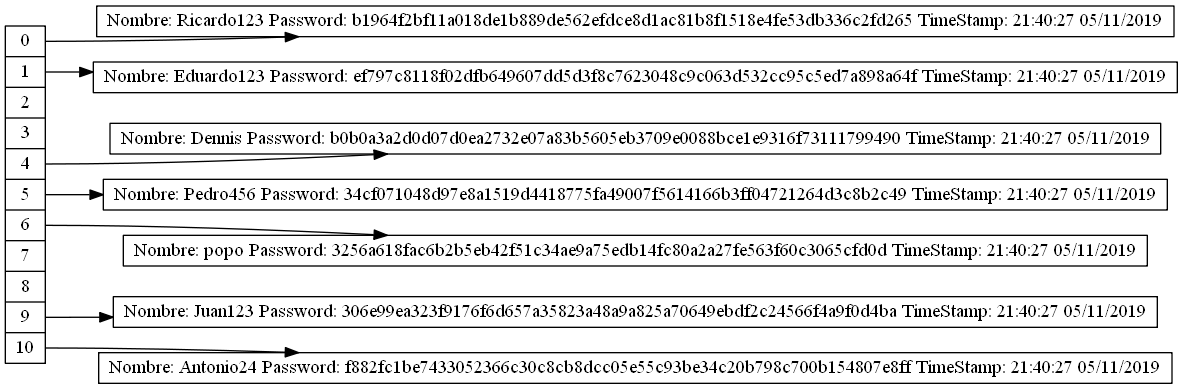
Eduardo01004/EDD_2S2019_PY2_201612124 keeps this Graphviz diagram as Proyecto2/HashTable.png. Above is the earlier version. Its source is kept beside it as Proyecto2/HashTable.dot.
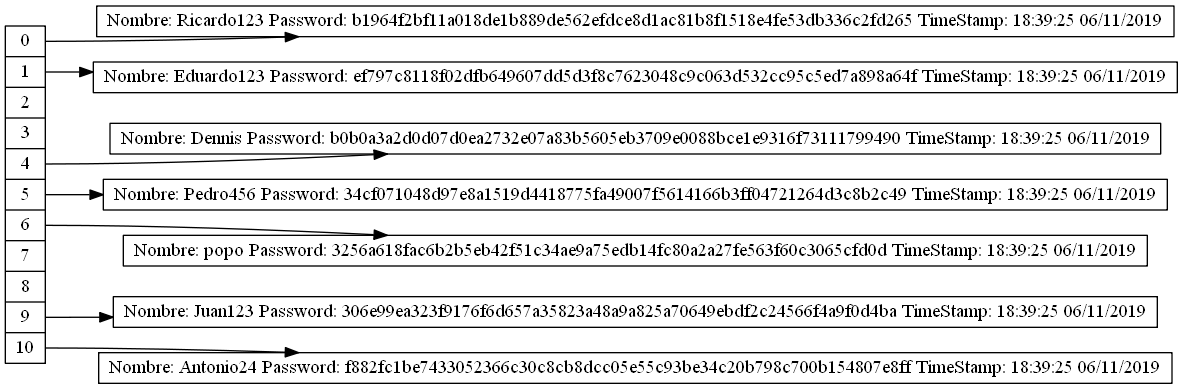
Later version of the same file.

What changed in the source:
```diff
@@ -12,18 +12,18 @@
 <f8> 8 |
 <f9> 9 |
 <f10> 10"];
-nodoRicardo123 [label= "Nombre: Ricardo123 Password: b1964f2bf11a018de1b889de562efdce8d1ac81b8f1518e4fe53db336c2fd265 TimeStamp: 21:40:27 05/11/2019"];
+nodoRicardo123 [label= "Nombre: Ricardo123 Password: b1964f2bf11a018de1b889de562efdce8d1ac81b8f1518e4fe53db336c2fd265 TimeStamp: 18:39:25 06/11/2019"];
 "nodeTable":f0 -> nodoRicardo123
-nodoEduardo123 [label= "Nombre: Eduardo123 Password: ef797c8118f02dfb649607dd5d3f8c7623048c9c063d532cc95c5ed7a898a64f TimeStamp: 21:40:27 05/11/2019"];
+nodoEduardo123 [label= "Nombre: Eduardo123 Password: ef797c8118f02dfb649607dd5d3f8c7623048c9c063d532cc95c5ed7a898a64f TimeStamp: 18:39:25 06/11/2019"];
 "nodeTable":f1 -> nodoEduardo123
-nodoDennis [label= "Nombre: Dennis Password: b0b0a3a2d0d07d0ea2732e07a83b5605eb3709e0088bce1e9316f73111799490 TimeStamp: 21:40:27 05/11/2019"];
+nodoDennis [label= "Nombre: Dennis Password: b0b0a3a2d0d07d0ea2732e07a83b5605eb3709e0088bce1e9316f73111799490 TimeStamp: 18:39:25 06/11/2019"];
 "nodeTable":f4 -> nodoDennis
-nodoPedro456 [label= "Nombre: Pedro456 Password: 34cf071048d97e8a1519d4418775fa49007f5614166b3ff04721264d3c8b2c49 TimeStamp: 21:40:27 05/11/2019"];
+nodoPedro456 [label= "Nombre: Pedro456 Password: 34cf071048d97e8a1519d4418775fa49007f5614166b3ff04721264d3c8b2c49 TimeStamp: 18:39:25 06/11/2019"];
 "nodeTable":f5 -> nodoPedro456
-nodopopo [label= "Nombre: popo Password: 3256a618fac6b2b5eb42f51c34ae9a75edb14fc80a2a27fe563f60c3065cfd0d TimeStamp: 21:40:27 05/11/2019"];
+nodopopo [label= "Nombre: popo Password: 3256a618fac6b2b5eb42f51c34ae9a75edb14fc80a2a27fe563f60c3065cfd0d TimeStamp: 18:39:25 06/11/2019"];
 "nodeTable":f6 -> nodopopo
-nodoJuan123 [label= "Nombre: Juan123 Password: 306e99ea323f9176f6d657a35823a48a9a825a70649ebdf2c24566f4a9f0d4ba TimeStamp: 21:40:27 05/11/2019"];
+nodoJuan123 [label= "Nombre: Juan123 Password: 306e99ea323f9176f6d657a35823a48a9a825a70649ebdf2c24566f4a9f0d4ba TimeStamp: 18:39:25 06/11/2019"];
 "nodeTable":f9 -> nodoJuan123
-nodoAntonio24 [label= "Nombre: Antonio24 Password: f882fc1be7433052366c30c8cb8dcc05e55c93be34c20b798c700b154807e8ff TimeStamp: 21:40:27 05/11/2019"];
+nodoAntonio24 [label= "Nombre: Antonio24 Password: f882fc1be7433052366c30c8cb8dcc05e55c93be34c20b798c700b154807e8ff TimeStamp: 18:39:25 06/11/2019"];
 "nodeTable":f10 -> nodoAntonio24
 }
```
